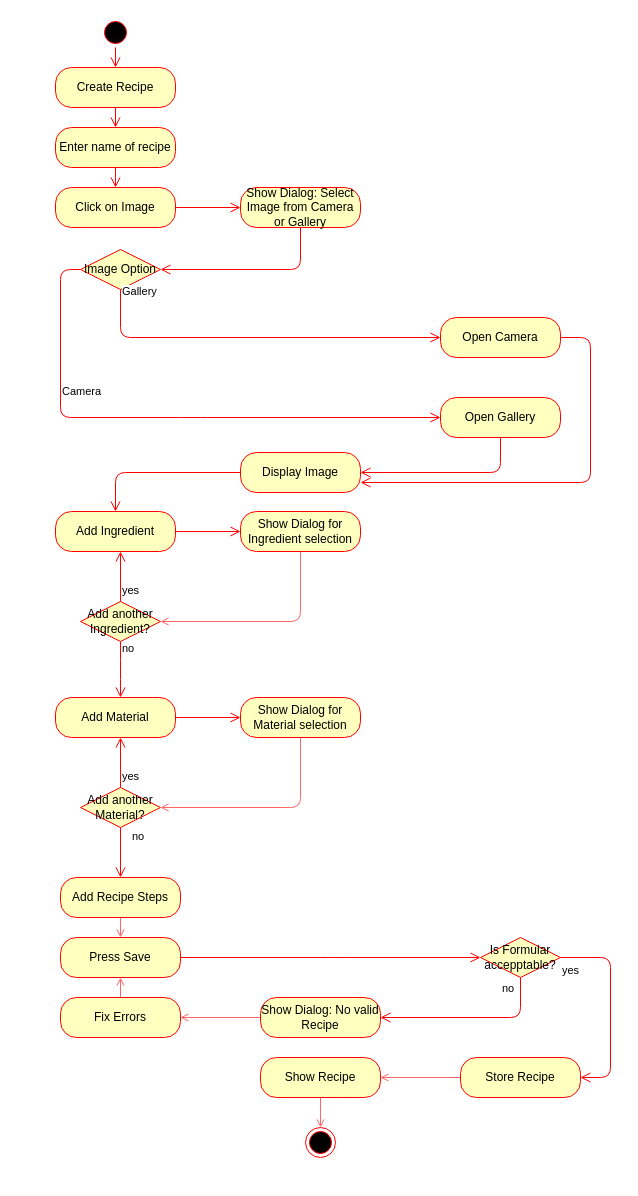
Earlier version of the draw.io diagram embedded-files/createrecipe.drawio (JanPfenning/Mood4Food_Doc). Source tidied: cells renumbered, new cells numbered last; positions are measured from the earlier drawing's top-left corner, leaving out a move shared by most shapes. Both pictures are drawn from the tidied source at 100%, with x=0, y=0 at pixel (55, 17).
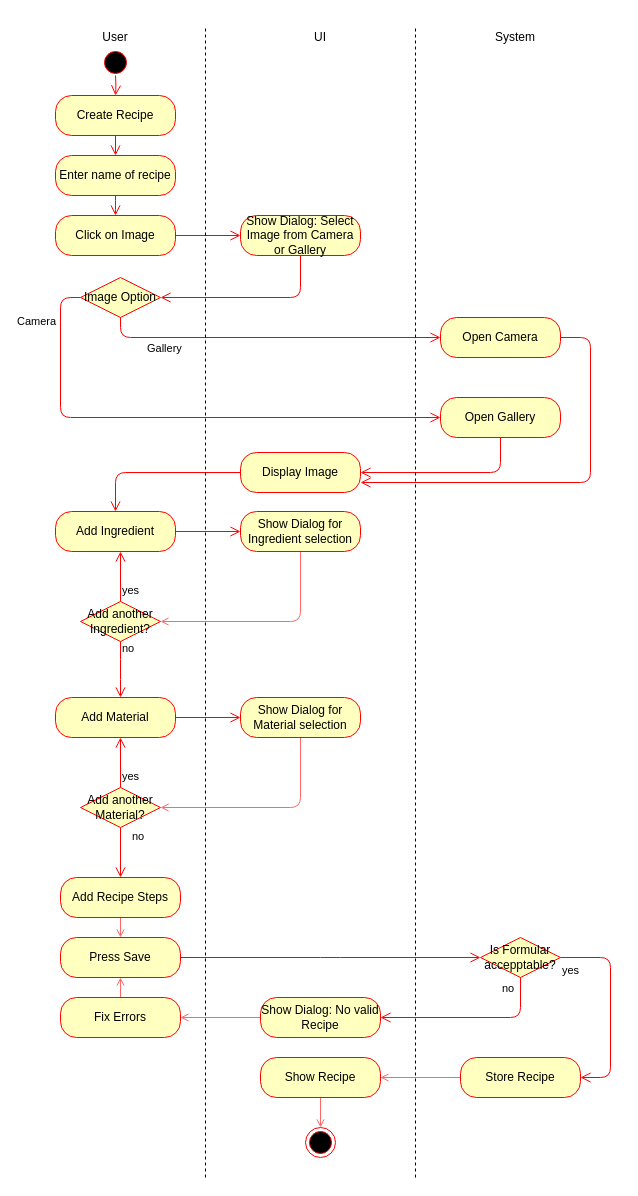
The same diagram, later.

Commit message (it also covers changes not shown here):
Update createrecipe.drawio UML conform

The change refers to these unchanged cells:
```xml
<mxCell id="15" value="Open Camera" style="rounded=1;whiteSpace=wrap;html=1;arcSize=40;fontColor=#000000;fillColor=#ffffc0;strokeColor=#ff0000;" parent="1" vertex="1">
  <mxGeometry x="385" y="300" width="120" height="40" as="geometry" />
</mxCell>
```

Change to the diagram source:
```diff
@@
     <mxCell id="2" style="ellipse;html=1;shape=startState;fillColor=#000000;strokeColor=#ff0000;" parent="1" vertex="1">
-      <mxGeometry x="45" width="30" height="30" as="geometry" />
+      <mxGeometry x="45" y="30" width="30" height="30" as="geometry" />
     </mxCell>
-    <mxCell id="3" style="edgeStyle=orthogonalEdgeStyle;html=1;verticalAlign=bottom;endArrow=open;endSize=8;strokeColor=#ff0000;entryX=0.5;entryY=0;entryDx=0;entryDy=0;" parent="1" edge="1" source="2" target="4">
-      <mxGeometry relative="1" as="geometry" />
+    <mxCell id="3" style="edgeStyle=orthogonalEdgeStyle;html=1;verticalAlign=bottom;endArrow=open;endSize=8;strokeColor=#ff0000;entryX=0.5;entryY=0;entryDx=0;entryDy=0;" parent="1" edge="1" target="4">
+      <mxGeometry relative="1" as="geometry">
+        <mxPoint x="60" y="58" as="sourcePoint" />
+      </mxGeometry>
     </mxCell>
     <mxCell id="4" value="Create Recipe" style="rounded=1;whiteSpace=wrap;html=1;arcSize=40;fontColor=#000000;fillColor=#ffffc0;strokeColor=#ff0000;" parent="1" vertex="1">
-      <mxGeometry y="50" width="120" height="40" as="geometry" />
+      <mxGeometry y="78" width="120" height="40" as="geometry" />
     </mxCell>
@@
     <mxCell id="6" value="Enter name of recipe" style="rounded=1;whiteSpace=wrap;html=1;arcSize=40;fontColor=#000000;fillColor=#ffffc0;strokeColor=#ff0000;" parent="1" vertex="1">
-      <mxGeometry y="110" width="120" height="40" as="geometry" />
+      <mxGeometry y="138" width="120" height="40" as="geometry" />
     </mxCell>
     <mxCell id="7" style="edgeStyle=orthogonalEdgeStyle;html=1;verticalAlign=bottom;endArrow=open;endSize=8;strokeColor=#ff0000;" parent="1" edge="1" source="6">
       <mxGeometry relative="1" as="geometry">
-        <mxPoint x="60" y="170" as="targetPoint" />
+        <mxPoint x="60" y="198" as="targetPoint" />
       </mxGeometry>
     </mxCell>
     <mxCell id="8" value="Click on Image" style="rounded=1;whiteSpace=wrap;html=1;arcSize=40;fontColor=#000000;fillColor=#ffffc0;strokeColor=#ff0000;" parent="1" vertex="1">
-      <mxGeometry y="170" width="120" height="40" as="geometry" />
+      <mxGeometry y="198" width="120" height="40" as="geometry" />
     </mxCell>
     <mxCell id="9" style="edgeStyle=orthogonalEdgeStyle;html=1;verticalAlign=bottom;endArrow=open;endSize=8;strokeColor=#ff0000;" parent="1" edge="1" source="8">
       <mxGeometry relative="1" as="geometry">
-        <mxPoint x="185" y="190" as="targetPoint" />
+        <mxPoint x="185" y="218" as="targetPoint" />
       </mxGeometry>
     </mxCell>
     <mxCell id="10" value="Show Dialog: Select Image from Camera or Gallery" style="rounded=1;whiteSpace=wrap;html=1;arcSize=40;fontColor=#000000;fillColor=#ffffc0;strokeColor=#ff0000;" parent="1" vertex="1">
-      <mxGeometry x="185" y="170" width="120" height="40" as="geometry" />
+      <mxGeometry x="185" y="198" width="120" height="40" as="geometry" />
     </mxCell>
     <mxCell id="11" style="edgeStyle=orthogonalEdgeStyle;html=1;verticalAlign=bottom;endArrow=open;endSize=8;strokeColor=#ff0000;entryX=1;entryY=0.5;entryDx=0;entryDy=0;" parent="1" edge="1" source="10" target="12">
       <mxGeometry relative="1" as="geometry">
         <Array as="points">
-          <mxPoint x="245" y="252" />
+          <mxPoint x="245" y="280" />
         </Array>
       </mxGeometry>
     </mxCell>
     <mxCell id="12" value="Image Option" style="rhombus;whiteSpace=wrap;html=1;fillColor=#ffffc0;strokeColor=#ff0000;" parent="1" vertex="1">
-      <mxGeometry x="25" y="232" width="80" height="40" as="geometry" />
+      <mxGeometry x="25" y="260" width="80" height="40" as="geometry" />
     </mxCell>
     <mxCell id="13" value="Gallery" style="edgeStyle=orthogonalEdgeStyle;html=1;align=left;verticalAlign=bottom;endArrow=open;endSize=8;strokeColor=#ff0000;entryX=0;entryY=0.5;entryDx=0;entryDy=0;" parent="1" edge="1" source="12" target="15">
-      <mxGeometry x="-0.94" relative="1" as="geometry">
+      <mxGeometry x="-0.88" y="32" relative="1" as="geometry">
         <Array as="points">
           <mxPoint x="65" y="320" />
         </Array>
+        <mxPoint x="25" y="52" as="offset" />
       </mxGeometry>
     </mxCell>
     <mxCell id="14" value="Camera" style="edgeStyle=orthogonalEdgeStyle;html=1;align=left;verticalAlign=top;endArrow=open;endSize=8;strokeColor=#ff0000;" parent="1" edge="1" source="12">
-      <mxGeometry x="-0.53" relative="1" as="geometry">
+      <mxGeometry x="-0.92" y="46" relative="1" as="geometry">
         <mxPoint x="385" y="400" as="targetPoint" />
         <Array as="points">
-          <mxPoint x="5" y="252" />
+          <mxPoint x="5" y="280" />
           <mxPoint x="5" y="400" />
-          <mxPoint x="135" y="400" />
         </Array>
+        <mxPoint x="-91" y="10" as="offset" />
       </mxGeometry>
     </mxCell>
@@
+    <mxCell id="52" style="endArrow=none;dashed=1;html=1;" parent="1" edge="1">
+      <mxGeometry relative="1" as="geometry">
+        <mxPoint x="150" y="1160" as="sourcePoint" />
+        <mxPoint x="150" y="10" as="targetPoint" />
+      </mxGeometry>
+    </mxCell>
+    <mxCell id="53" style="endArrow=none;dashed=1;html=1;" parent="1" edge="1">
+      <mxGeometry relative="1" as="geometry">
+        <mxPoint x="360" y="1160" as="sourcePoint" />
+        <mxPoint x="360" y="10" as="targetPoint" />
+      </mxGeometry>
+    </mxCell>
+    <mxCell id="54" value="User" style="text;html=1;strokeColor=none;fillColor=none;align=center;verticalAlign=middle;whiteSpace=wrap;rounded=0;" parent="1" vertex="1">
+      <mxGeometry x="40" y="10" width="40" height="20" as="geometry" />
+    </mxCell>
+    <mxCell id="55" value="UI" style="text;html=1;strokeColor=none;fillColor=none;align=center;verticalAlign=middle;whiteSpace=wrap;rounded=0;" parent="1" vertex="1">
+      <mxGeometry x="245" y="10" width="40" height="20" as="geometry" />
+    </mxCell>
+    <mxCell id="56" value="System" style="text;html=1;strokeColor=none;fillColor=none;align=center;verticalAlign=middle;whiteSpace=wrap;rounded=0;" parent="1" vertex="1">
+      <mxGeometry x="440" y="10" width="40" height="20" as="geometry" />
+    </mxCell>
```
